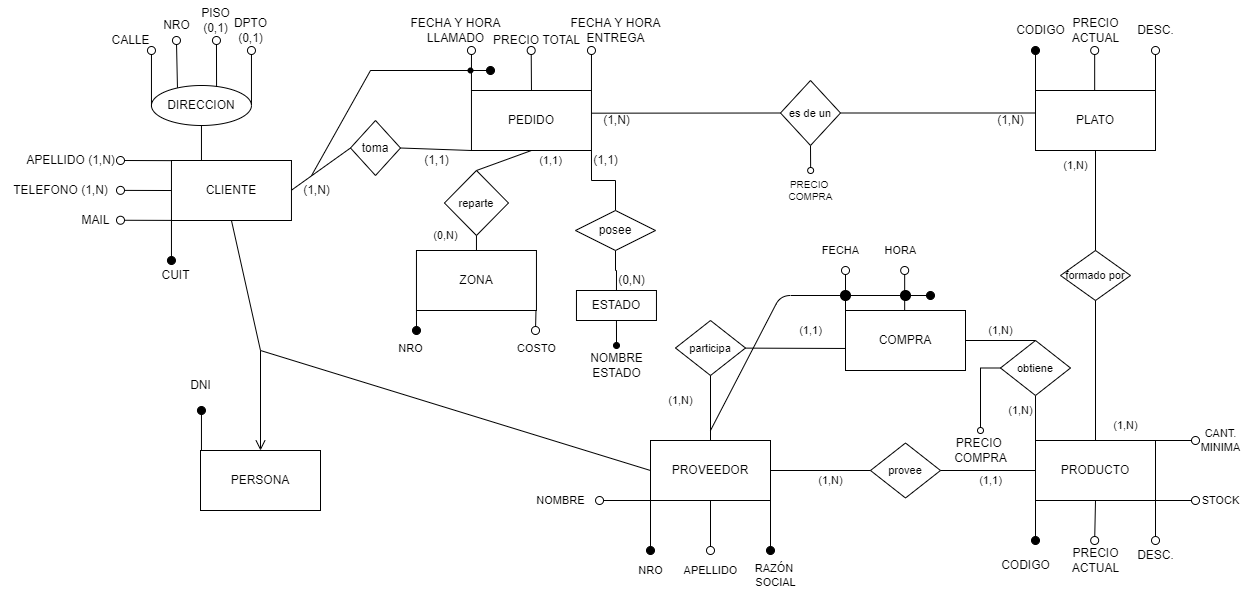
The draw.io diagram PRACTICA 2/Parte1/Ejercicio4/Ejercicio4-conceptual.png in agusrnfr/DBD, before a commit. Source tidied: cells renumbered, new cells last; positions are measured from the earlier drawing's top-left corner, leaving out a move shared by most shapes.
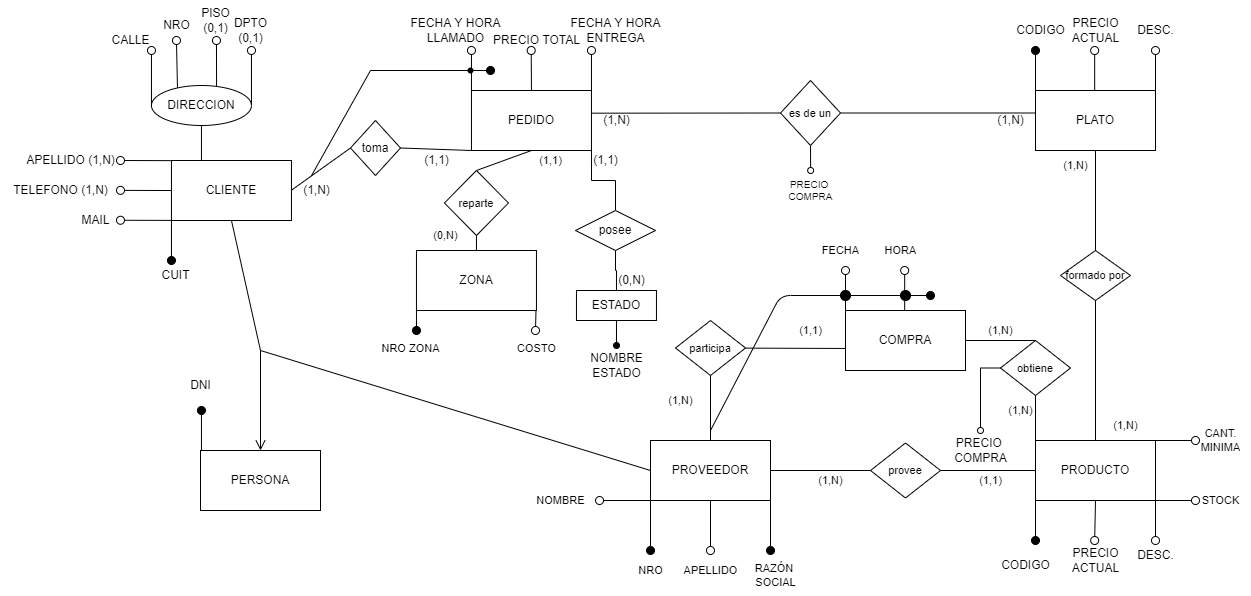
After the commit.

Diff of the diagram source:
```diff
@@ -434,8 +434,8 @@
         <mxPoint x="535" y="330" as="targetPoint" />
       </mxGeometry>
     </mxCell>
-    <mxCell id="114" value="NRO" style="text;html=1;align=center;verticalAlign=middle;strokeColor=none;fillColor=none;fontSize=11;" parent="1" vertex="1">
-      <mxGeometry x="385" y="332.5" width="50" height="30" as="geometry" />
+    <mxCell id="114" value="NRO ZONA" style="text;html=1;align=center;verticalAlign=middle;strokeColor=none;fillColor=none;fontSize=11;" parent="1" vertex="1">
+      <mxGeometry x="370" y="332.5" width="80" height="30" as="geometry" />
     </mxCell>
     <mxCell id="115" value="COSTO" style="text;html=1;align=center;verticalAlign=middle;strokeColor=none;fillColor=none;fontSize=11;" parent="1" vertex="1">
       <mxGeometry x="506" y="332.5" width="60" height="30" as="geometry" />
```
